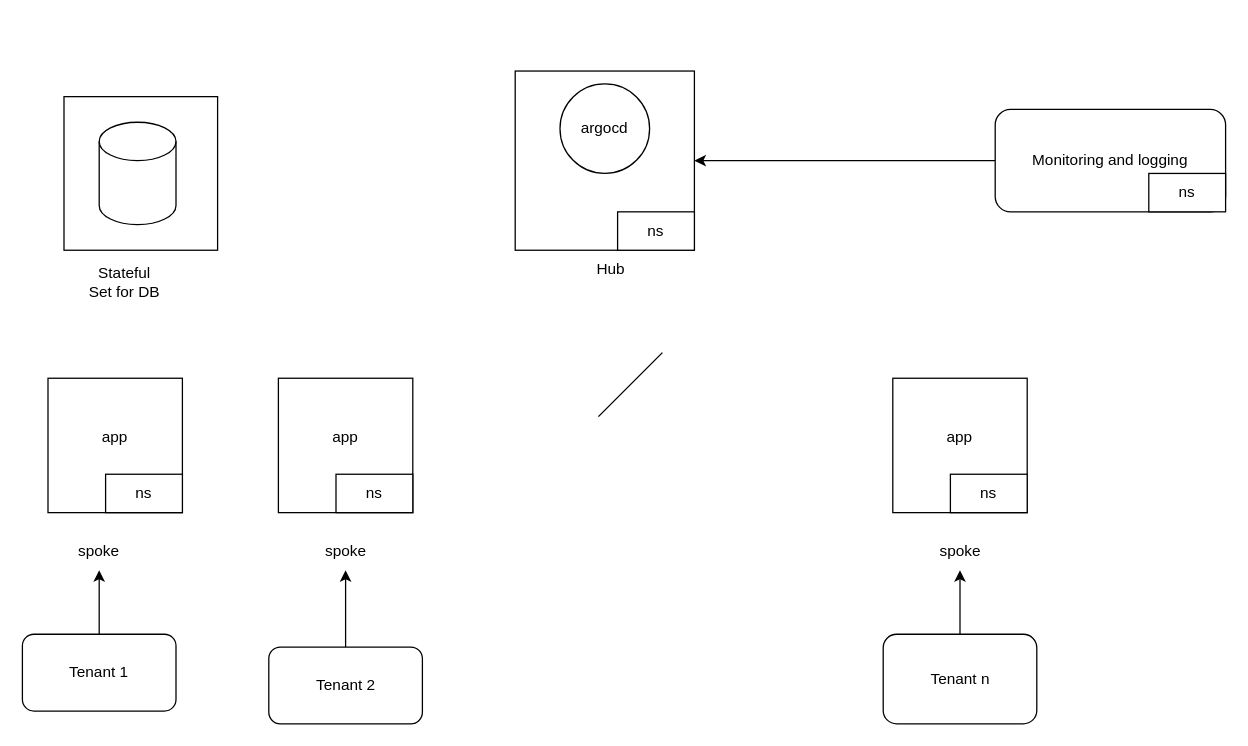
This is Diagramme sans nom.drawio from E-Miraoui/HackathonJE, a draw.io file, before an edit. Source tidied: cells renumbered, new cells numbered last; positions are measured from the earlier drawing's top-left corner, leaving out a move shared by most shapes. Both pictures are drawn from the tidied source at 128%, with x=0, y=0 at pixel (22, 70).
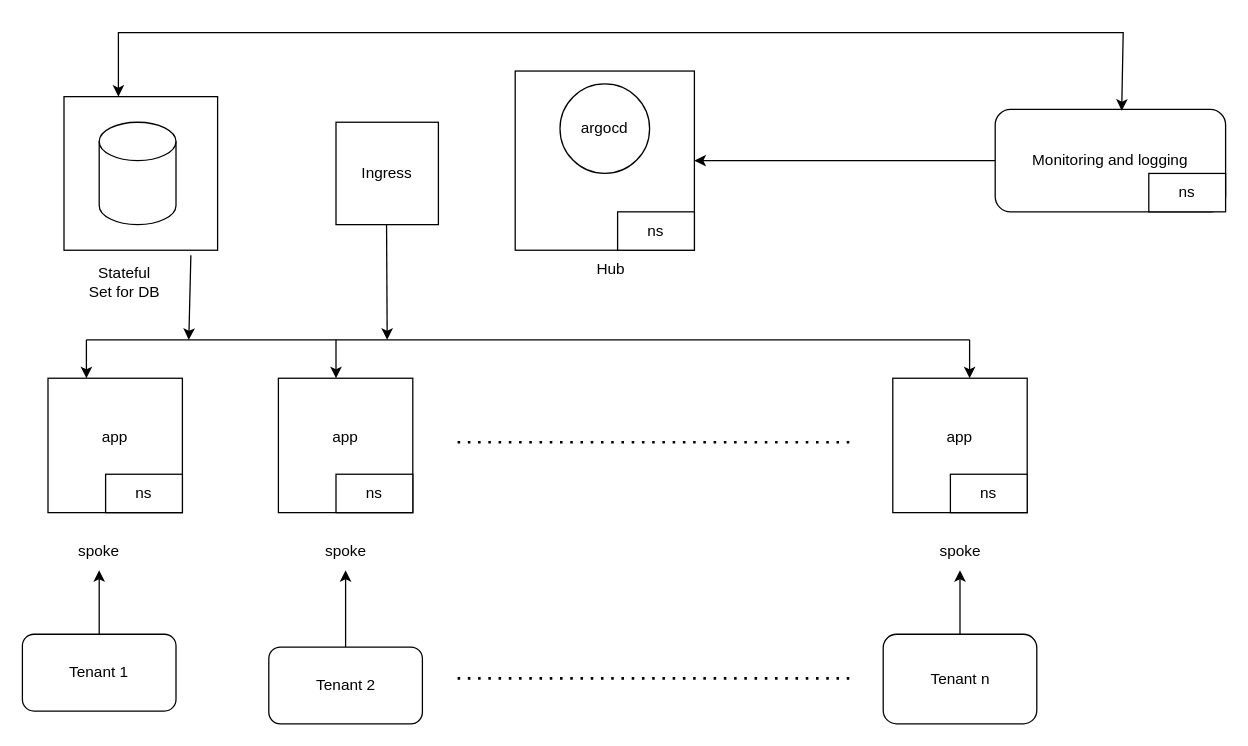
Above is the later version.

Commit message (it also covers changes not shown here):
Mettre à jour Diagramme sans nom.drawio

The change refers to these unchanged cells:
```xml
<mxCell id="19" value="Monitoring and logging" style="rounded=1;whiteSpace=wrap;html=1;" parent="1" vertex="1">
  <mxGeometry x="760" y="30" width="180" height="80" as="geometry" />
</mxCell>
<mxCell id="24" style="whiteSpace=wrap;html=1;" parent="1" vertex="1">
  <mxGeometry x="32.5" y="20" width="120" height="120" as="geometry" />
</mxCell>
```

The edit, as a diff of the source:
```diff
@@
     <mxCell id="28" style="endArrow=none;html=1;rounded=0;" parent="1" edge="1">
       <mxGeometry relative="1" as="geometry">
-        <mxPoint x="450" y="270" as="sourcePoint" />
-        <mxPoint x="500" y="220" as="targetPoint" />
+        <mxPoint x="50" y="210" as="sourcePoint" />
+        <mxPoint x="740" y="210" as="targetPoint" />
       </mxGeometry>
     </mxCell>
+    <mxCell id="29" style="endArrow=classic;html=1;rounded=0;" parent="1" edge="1">
+      <mxGeometry relative="1" as="geometry">
+        <mxPoint x="50" y="210" as="sourcePoint" />
+        <mxPoint x="50" y="240" as="targetPoint" />
+      </mxGeometry>
+    </mxCell>
+    <mxCell id="30" style="endArrow=classic;html=1;rounded=0;" parent="1" edge="1">
+      <mxGeometry relative="1" as="geometry">
+        <mxPoint x="245" y="210" as="sourcePoint" />
+        <mxPoint x="245" y="240" as="targetPoint" />
+      </mxGeometry>
+    </mxCell>
+    <mxCell id="31" style="endArrow=classic;html=1;rounded=0;" parent="1" edge="1">
+      <mxGeometry relative="1" as="geometry">
+        <mxPoint x="740" y="210" as="sourcePoint" />
+        <mxPoint x="740" y="240" as="targetPoint" />
+      </mxGeometry>
+    </mxCell>
+    <mxCell id="32" style="endArrow=classic;html=1;rounded=0;exitX=0.826;exitY=1.032;exitDx=0;exitDy=0;exitPerimeter=0;" parent="1" edge="1" source="24">
+      <mxGeometry relative="1" as="geometry">
+        <mxPoint x="130" y="210" as="targetPoint" />
+      </mxGeometry>
+    </mxCell>
+    <mxCell id="33" value="Ingress" style="whiteSpace=wrap;html=1;" parent="1" vertex="1">
+      <mxGeometry x="245" y="40" width="80" height="80" as="geometry" />
+    </mxCell>
+    <mxCell id="34" style="endArrow=classic;html=1;rounded=0;" parent="1" edge="1">
+      <mxGeometry relative="1" as="geometry">
+        <mxPoint x="284.5" y="120" as="sourcePoint" />
+        <mxPoint x="285" y="210" as="targetPoint" />
+      </mxGeometry>
+    </mxCell>
+    <mxCell id="35" style="endArrow=classic;startArrow=classic;html=1;rounded=0;entryX=0.549;entryY=0.013;entryDx=0;entryDy=0;entryPerimeter=0;" parent="1" edge="1" target="19">
+      <mxGeometry relative="1" as="geometry">
+        <mxPoint x="75" y="20" as="sourcePoint" />
+        <Array as="points">
+          <mxPoint x="75" y="-30" />
+          <mxPoint x="860" y="-30" />
+        </Array>
+      </mxGeometry>
+    </mxCell>
+    <mxCell id="36" style="endArrow=none;dashed=1;html=1;dashPattern=1 3;strokeWidth=2;rounded=0;" parent="1" edge="1">
+      <mxGeometry relative="1" as="geometry">
+        <mxPoint x="340" y="290" as="sourcePoint" />
+        <mxPoint x="650" y="290" as="targetPoint" />
+      </mxGeometry>
+    </mxCell>
+    <mxCell id="37" style="endArrow=none;dashed=1;html=1;dashPattern=1 3;strokeWidth=2;rounded=0;" parent="1" edge="1">
+      <mxGeometry relative="1" as="geometry">
+        <mxPoint x="340" y="474.5" as="sourcePoint" />
+        <mxPoint x="650" y="474.5" as="targetPoint" />
+      </mxGeometry>
+    </mxCell>
```
